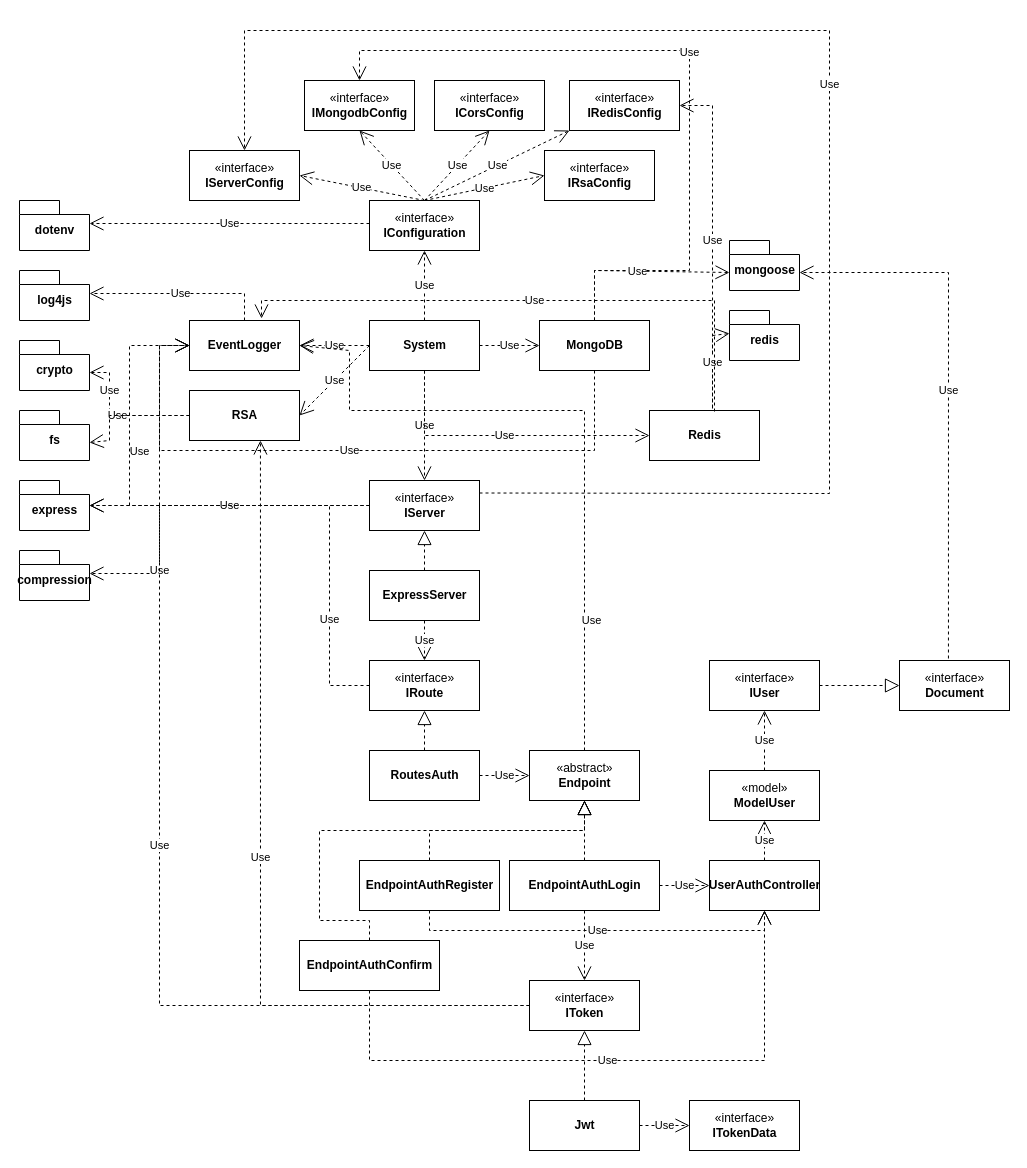
The draw.io diagram api-docs/draw.io/architecture.drawio in syr0s/todo-backend, before the edit. Source tidied: cells renumbered, new cells numbered last; positions are measured from the earlier drawing's top-left corner, leaving out a move shared by most shapes. Both pictures are drawn from the tidied source at 100%, with x=0, y=0 at pixel (19, 30).
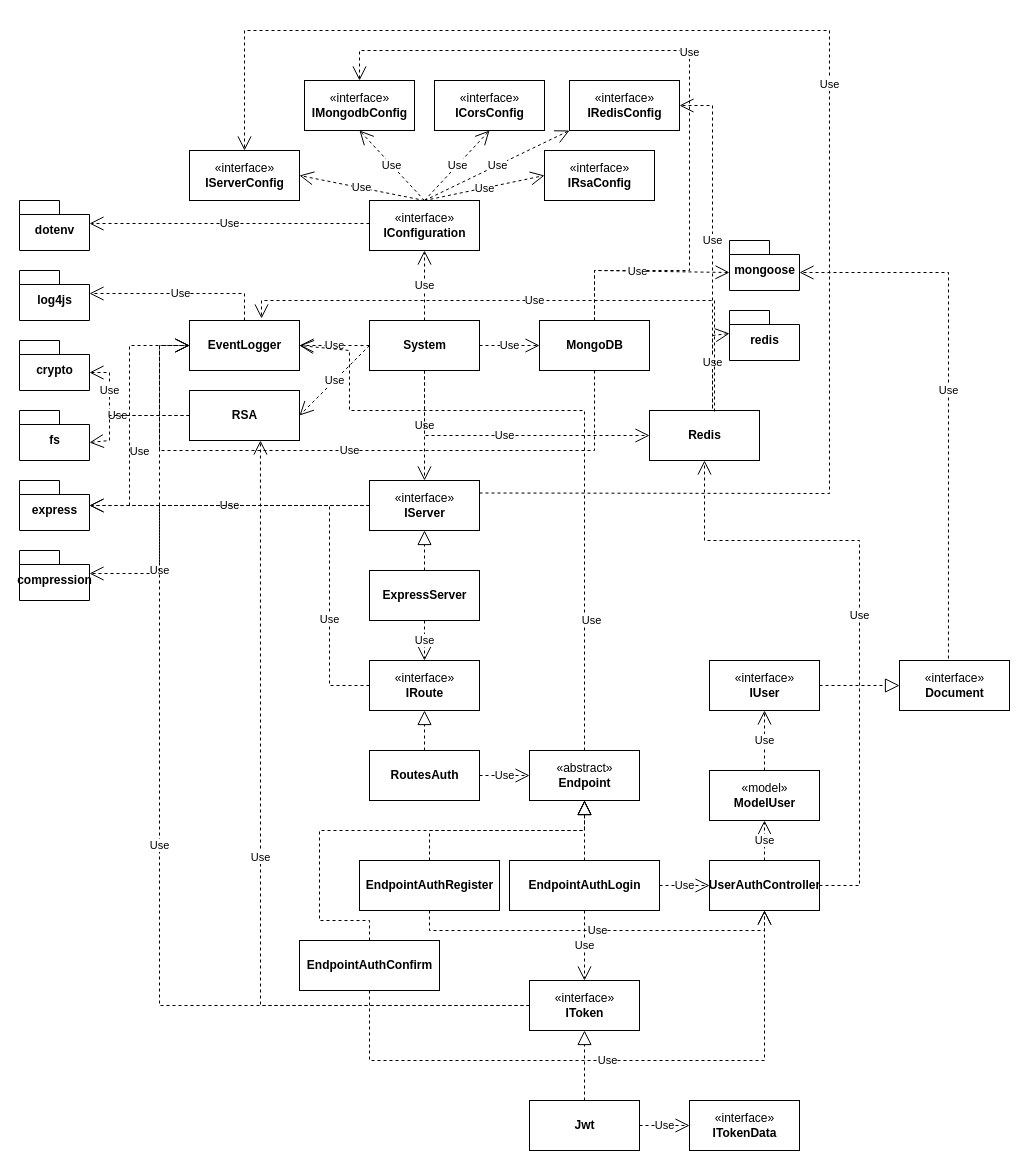
The same page after the edit.

Unchanged cells that the change refers to:
```xml
<mxCell id="53" value="UserAuthController" style="html=1;fontStyle=1;" parent="1" vertex="1">
  <mxGeometry x="690" y="830" width="110" height="50" as="geometry" />
</mxCell>
<mxCell id="76" value="Redis" style="html=1;fontStyle=1;" parent="1" vertex="1">
  <mxGeometry x="630" y="380" width="110" height="50" as="geometry" />
</mxCell>
```

The edit, as a diff of the source:
```diff
@@
+    <mxCell id="82" value="Use" style="endArrow=open;endSize=12;dashed=1;html=1;rounded=0;exitX=1;exitY=0.5;exitDx=0;exitDy=0;entryX=0.5;entryY=1;entryDx=0;entryDy=0;" parent="1" edge="1" source="53" target="76">
+      <mxGeometry relative="1" as="geometry">
+        <Array as="points">
+          <mxPoint x="840" y="855" />
+          <mxPoint x="840" y="510" />
+          <mxPoint x="685" y="510" />
+        </Array>
+      </mxGeometry>
+    </mxCell>
```
